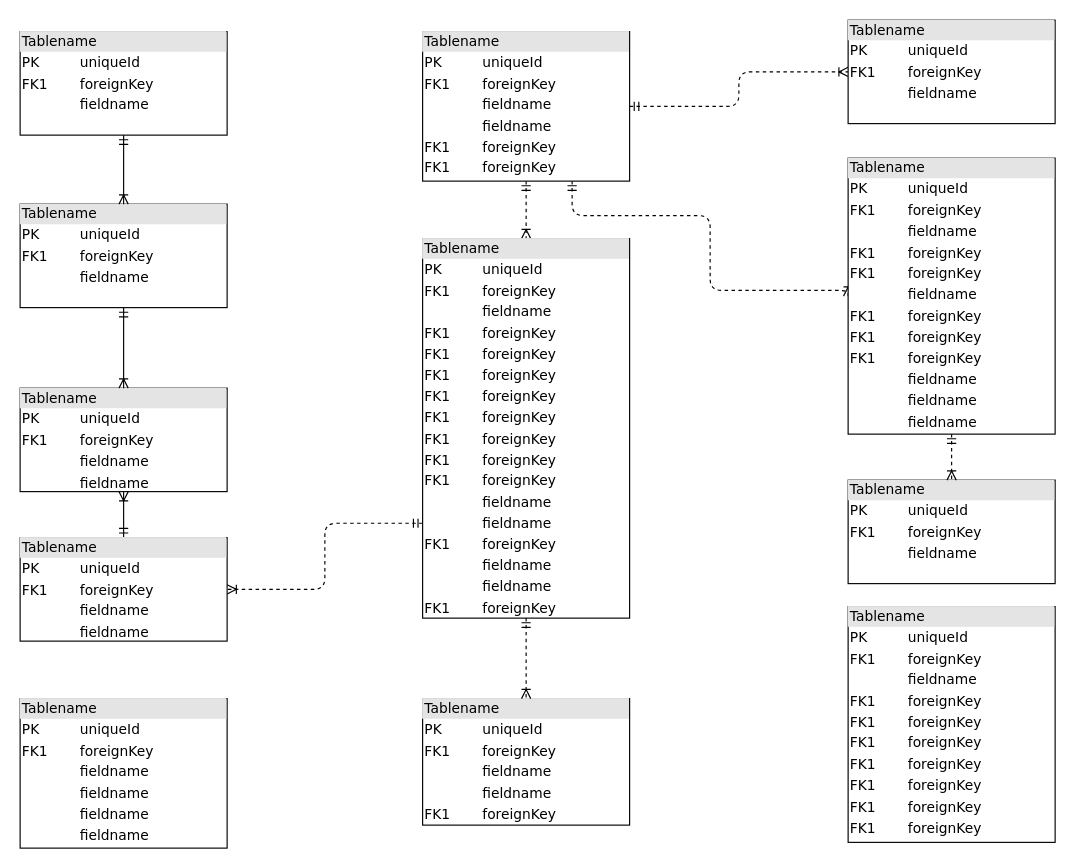
Before: Untitled Diagram.drawio in eri2525/furima-29134, a draw.io diagram. Source tidied: cells renumbered, new cells numbered last; positions are measured from the earlier drawing's top-left corner, leaving out a move shared by most shapes. Both pictures are drawn from the tidied source at 115%, with x=0, y=0 at pixel (20, 20).
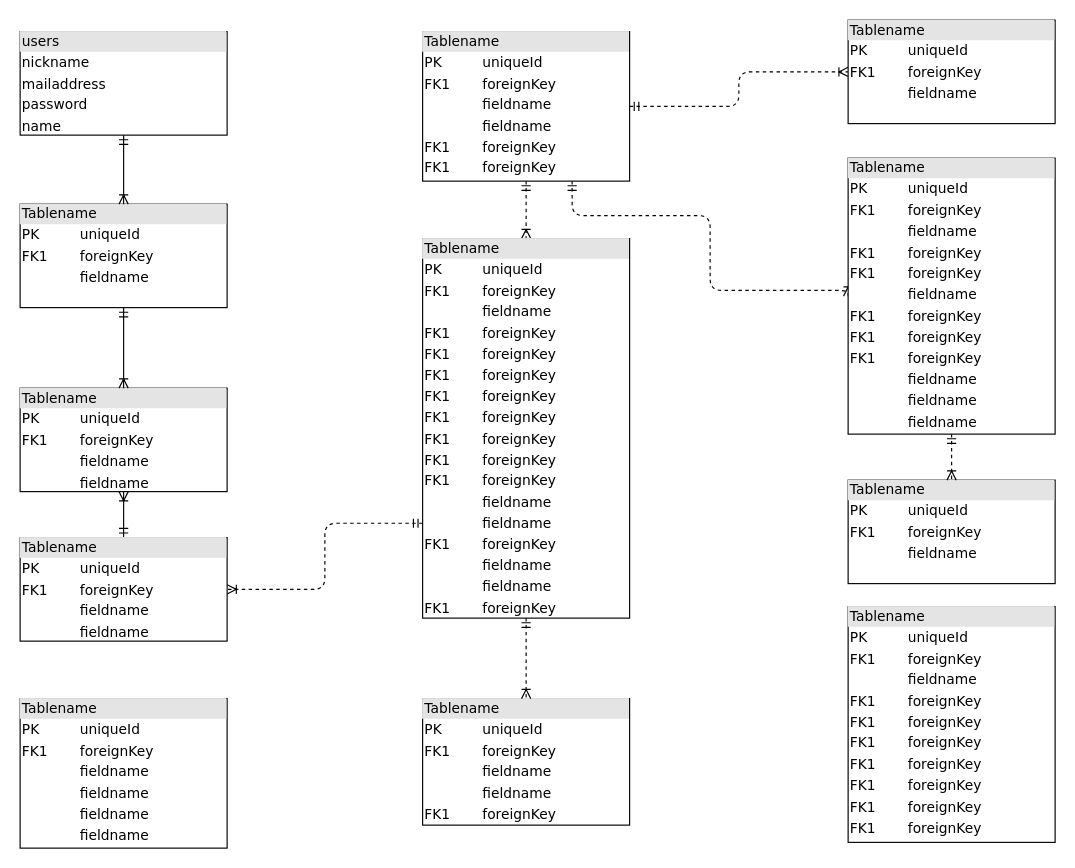
Above is the later version.

The edit, as a diff of the source:
```diff
@@
-    <mxCell id="2" value="&lt;div style=&quot;box-sizing:border-box;width:100%;background:#e4e4e4;padding:2px;&quot;&gt;Tablename&lt;/div&gt;&lt;table style=&quot;width:100%;font-size:1em;&quot; cellpadding=&quot;2&quot; cellspacing=&quot;0&quot;&gt;&lt;tr&gt;&lt;td&gt;PK&lt;/td&gt;&lt;td&gt;uniqueId&lt;/td&gt;&lt;/tr&gt;&lt;tr&gt;&lt;td&gt;FK1&lt;/td&gt;&lt;td&gt;foreignKey&lt;/td&gt;&lt;/tr&gt;&lt;tr&gt;&lt;td&gt;&lt;/td&gt;&lt;td&gt;fieldname&lt;/td&gt;&lt;/tr&gt;&lt;/table&gt;" style="verticalAlign=top;align=left;overflow=fill;html=1;rounded=0;shadow=0;comic=0;labelBackgroundColor=none;strokeWidth=1;fontFamily=Verdana;fontSize=12;" parent="1" vertex="1">
+    <mxCell id="2" value="&lt;div style=&quot;box-sizing: border-box ; width: 100% ; background: #e4e4e4 ; padding: 2px&quot;&gt;users&lt;/div&gt;&lt;table style=&quot;width: 100% ; font-size: 1em&quot; cellpadding=&quot;2&quot; cellspacing=&quot;0&quot;&gt;&lt;tbody&gt;&lt;tr&gt;&lt;td&gt;nickname&lt;/td&gt;&lt;td&gt;&lt;/td&gt;&lt;/tr&gt;&lt;tr&gt;&lt;td&gt;mailaddress&lt;/td&gt;&lt;td&gt;&lt;/td&gt;&lt;/tr&gt;&lt;tr&gt;&lt;td&gt;password&lt;/td&gt;&lt;td&gt;&lt;/td&gt;&lt;/tr&gt;&lt;tr&gt;&lt;td&gt;name&lt;/td&gt;&lt;td&gt;&lt;br&gt;&lt;/td&gt;&lt;/tr&gt;&lt;tr&gt;&lt;td&gt;&lt;br&gt;&lt;/td&gt;&lt;td&gt;&lt;br&gt;&lt;/td&gt;&lt;/tr&gt;&lt;tr&gt;&lt;td&gt;&lt;br&gt;&lt;/td&gt;&lt;td&gt;&lt;br&gt;&lt;/td&gt;&lt;/tr&gt;&lt;tr&gt;&lt;td&gt;&lt;br&gt;&lt;/td&gt;&lt;td&gt;&lt;br&gt;&lt;/td&gt;&lt;/tr&gt;&lt;/tbody&gt;&lt;/table&gt;" style="verticalAlign=top;align=left;overflow=fill;html=1;rounded=0;shadow=0;comic=0;labelBackgroundColor=none;strokeWidth=1;fontFamily=Verdana;fontSize=12;" parent="1" vertex="1">
       <mxGeometry y="10" width="180" height="90" as="geometry" />
     </mxCell>
```
